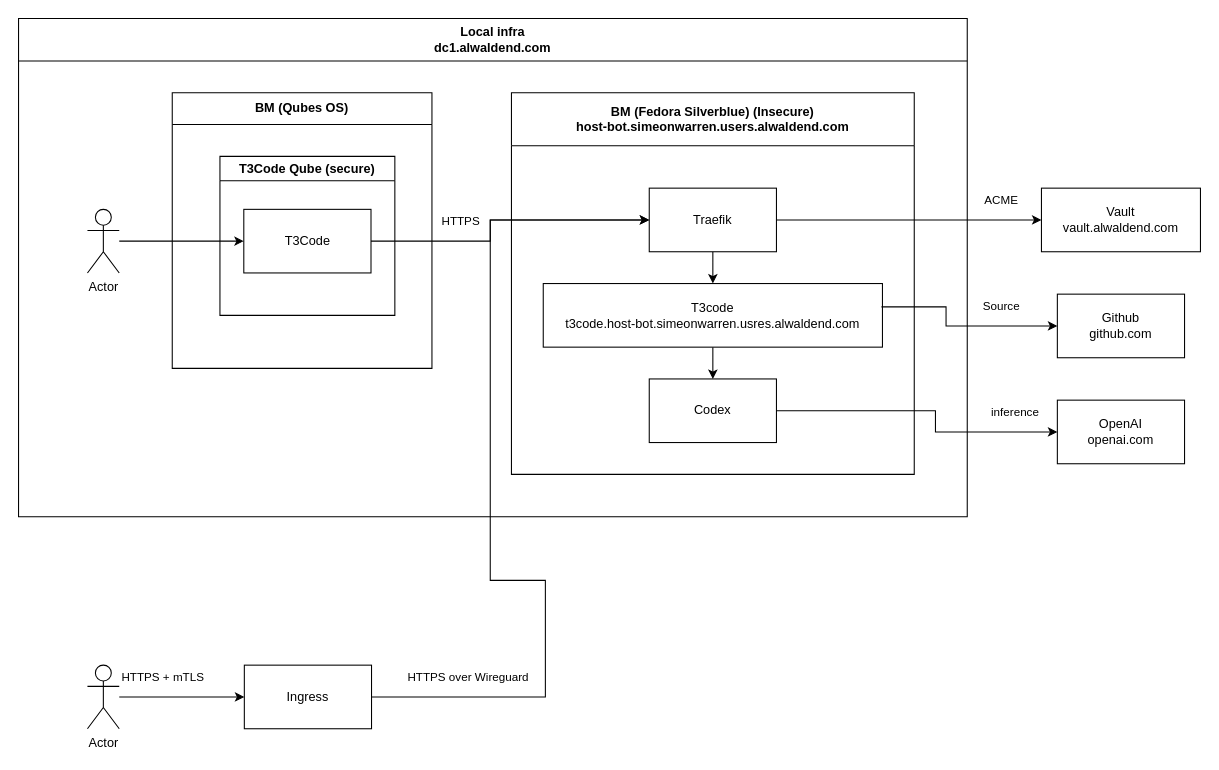
alwaldend/src keeps this draw.io diagram as page "T3code" (9 of 15) of infra/arch/arch.drawio. Above is the earlier version. Source tidied: cells renumbered, new cells numbered last; positions are measured from the earlier drawing's top-left corner, leaving out a move shared by most shapes. Both pictures are drawn from the tidied source at 106%, with x=0, y=0 at pixel (18, 18).
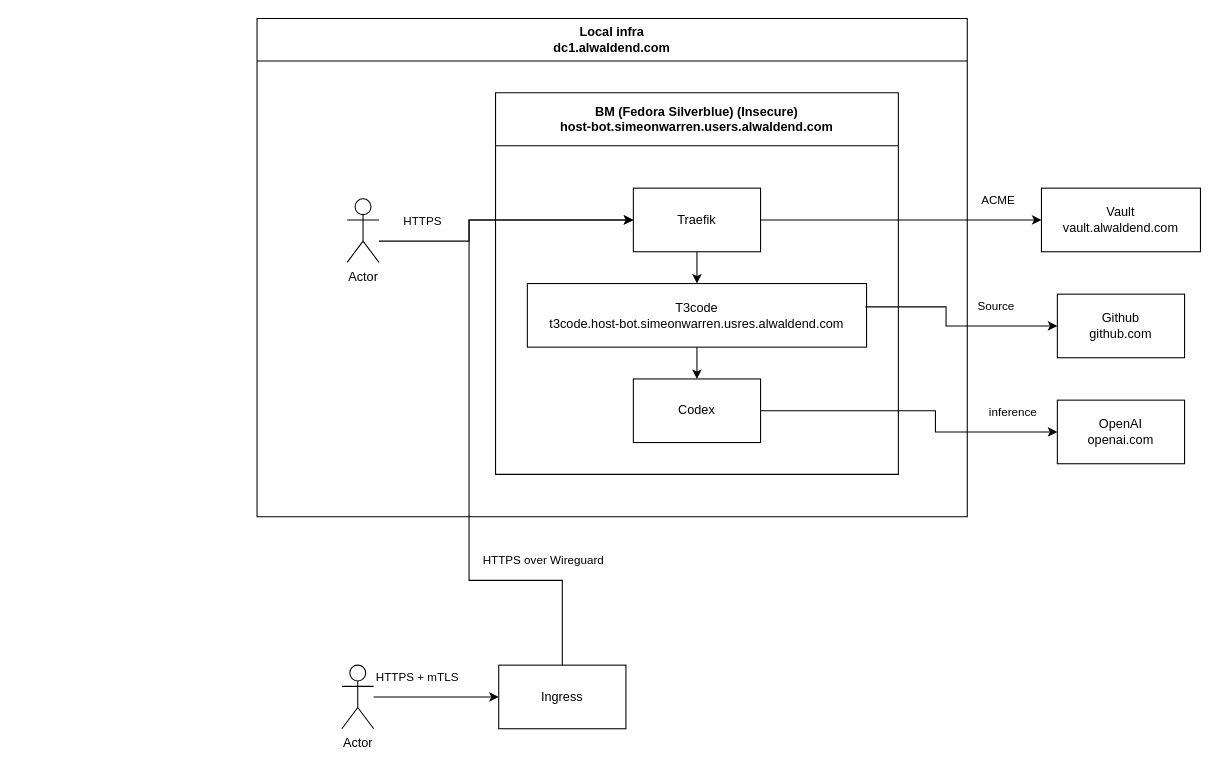
After the change.

The change refers to these unchanged cells:
```xml
<mxCell id="14" value="Traefik" style="rounded=0;whiteSpace=wrap;html=1;" parent="12" vertex="1">
  <mxGeometry x="130" y="90" width="120" height="60" as="geometry" />
</mxCell>
```

Diff of the diagram source:
```diff
@@
     <mxCell id="5" value="Actor" style="shape=umlActor;verticalLabelPosition=bottom;verticalAlign=top;html=1;outlineConnect=0;" parent="1" vertex="1">
-      <mxGeometry x="65" y="610" width="30" height="60" as="geometry" />
+      <mxGeometry x="305" y="610" width="30" height="60" as="geometry" />
     </mxCell>
     <mxCell id="6" value="Local infra&lt;div&gt;dc1.alwaldend.com&lt;/div&gt;" style="swimlane;whiteSpace=wrap;html=1;startSize=40;" parent="1" vertex="1">
-      <mxGeometry width="895" height="470" as="geometry" />
+      <mxGeometry x="225" width="670" height="470" as="geometry" />
     </mxCell>
-    <mxCell id="7" value="BM (Qubes OS)" style="swimlane;whiteSpace=wrap;html=1;startSize=30;" parent="6" vertex="1">
-      <mxGeometry x="145" y="70" width="245" height="260" as="geometry" />
-    </mxCell>
-    <mxCell id="8" value="T3Code Qube (secure)" style="swimlane;whiteSpace=wrap;html=1;" parent="7" vertex="1">
-      <mxGeometry x="45" y="60" width="165" height="150" as="geometry" />
-    </mxCell>
-    <mxCell id="9" value="T3Code" style="rounded=0;whiteSpace=wrap;html=1;" parent="8" vertex="1">
-      <mxGeometry x="22.5" y="50" width="120" height="60" as="geometry" />
-    </mxCell>
-    <mxCell id="10" style="edgeStyle=orthogonalEdgeStyle;rounded=0;jettySize=auto;html=1;entryX=0;entryY=0.5;entryDx=0;entryDy=0;" parent="6" edge="1" source="11" target="9">
-      <mxGeometry relative="1" as="geometry" />
-    </mxCell>
     <mxCell id="11" value="Actor" style="shape=umlActor;verticalLabelPosition=bottom;verticalAlign=top;html=1;outlineConnect=0;" parent="6" vertex="1">
-      <mxGeometry x="65" y="180" width="30" height="60" as="geometry" />
+      <mxGeometry x="85" y="170" width="30" height="60" as="geometry" />
     </mxCell>
     <mxCell id="12" value="BM (Fedora Silverblue) (Insecure)&lt;div&gt;host-bot.simeonwarren.users.alwaldend.com&lt;/div&gt;" style="swimlane;whiteSpace=wrap;html=1;startSize=50;" parent="6" vertex="1">
-      <mxGeometry x="465" y="70" width="380" height="360" as="geometry" />
+      <mxGeometry x="225" y="70" width="380" height="360" as="geometry" />
     </mxCell>
@@
-    <mxCell id="18" style="edgeStyle=orthogonalEdgeStyle;rounded=0;jettySize=auto;html=1;entryX=0;entryY=0.5;entryDx=0;entryDy=0;" parent="6" edge="1" source="9" target="14">
+    <mxCell id="18" style="edgeStyle=orthogonalEdgeStyle;rounded=0;jettySize=auto;html=1;entryX=0;entryY=0.5;entryDx=0;entryDy=0;" parent="6" edge="1" source="11" target="14">
       <mxGeometry relative="1" as="geometry">
         <Array as="points">
-          <mxPoint x="445" y="210" />
-          <mxPoint x="445" y="190" />
+          <mxPoint x="200" y="210" />
+          <mxPoint x="200" y="190" />
         </Array>
       </mxGeometry>
     </mxCell>
     <mxCell id="19" value="HTTPS" style="edgeLabel;html=1;align=center;verticalAlign=middle;" parent="18" vertex="1">
       <mxGeometry x="-0.43" y="1" relative="1" as="geometry">
-        <mxPoint x="3" y="-19" as="offset" />
+        <mxPoint x="-34" y="-19" as="offset" />
       </mxGeometry>
     </mxCell>
@@
     <mxCell id="28" value="Ingress" style="rounded=0;whiteSpace=wrap;html=1;" parent="1" vertex="1">
-      <mxGeometry x="213" y="610" width="120" height="60" as="geometry" />
+      <mxGeometry x="453" y="610" width="120" height="60" as="geometry" />
     </mxCell>
-    <mxCell id="29" style="edgeStyle=orthogonalEdgeStyle;rounded=0;jettySize=auto;html=1;entryX=0;entryY=0.5;entryDx=0;entryDy=0;exitX=1;exitY=0.5;exitDx=0;exitDy=0;" parent="1" edge="1" source="28" target="14">
+    <mxCell id="29" style="edgeStyle=orthogonalEdgeStyle;rounded=0;jettySize=auto;html=1;entryX=0;entryY=0.5;entryDx=0;entryDy=0;exitX=0.5;exitY=0;exitDx=0;exitDy=0;" parent="1" edge="1" source="28" target="14">
       <mxGeometry relative="1" as="geometry">
         <Array as="points">
-          <mxPoint x="497" y="640" />
-          <mxPoint x="497" y="530" />
-          <mxPoint x="445" y="530" />
-          <mxPoint x="445" y="190" />
+          <mxPoint x="513" y="530" />
+          <mxPoint x="425" y="530" />
+          <mxPoint x="425" y="190" />
         </Array>
       </mxGeometry>
     </mxCell>
     <mxCell id="30" value="HTTPS over Wireguard" style="edgeLabel;html=1;align=center;verticalAlign=middle;" parent="29" vertex="1">
       <mxGeometry x="-0.72" y="-3" relative="1" as="geometry">
-        <mxPoint x="-24" y="-23" as="offset" />
+        <mxPoint x="-6" y="-17" as="offset" />
       </mxGeometry>
     </mxCell>
```
